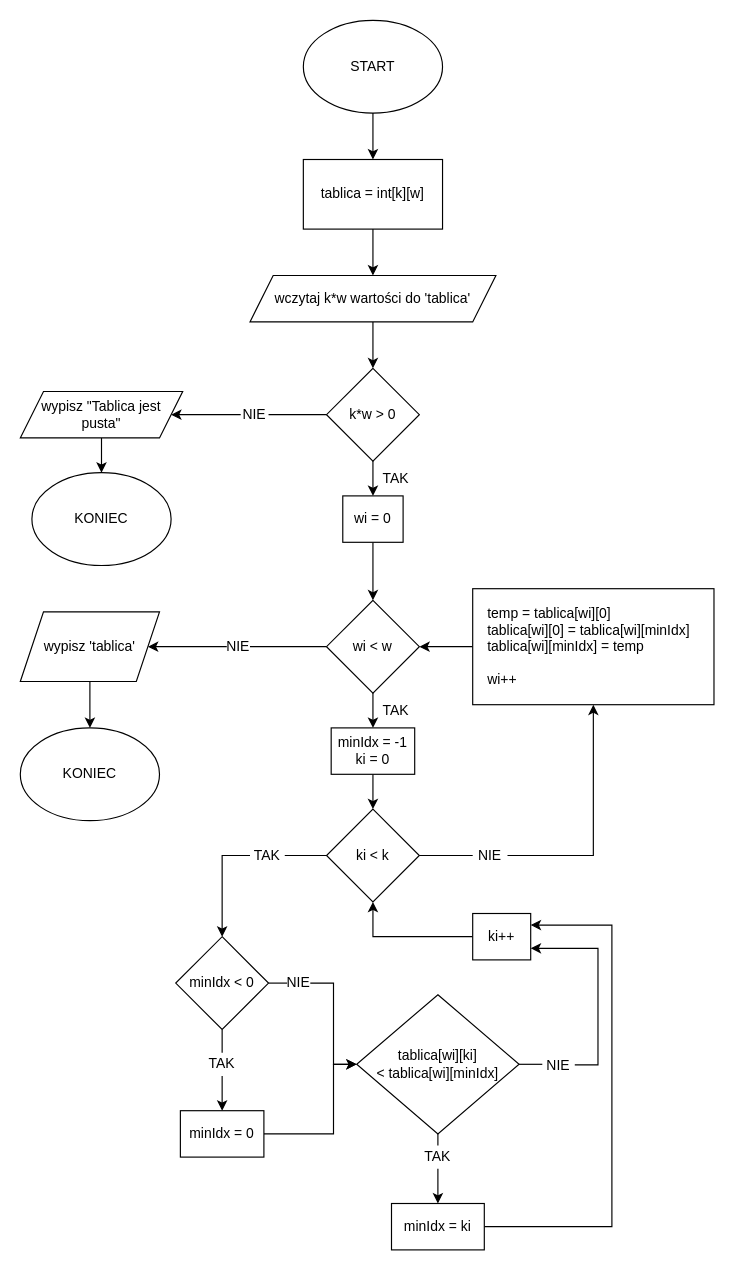
This is page "5" (5 of 5) of aisd/lab1.drawio.xml from xparadoxical/wsiz, a draw.io file, before an edit. Source tidied: cells renumbered, new cells numbered last; positions are measured from the earlier drawing's top-left corner, leaving out a move shared by most shapes. Both pictures are drawn from the tidied source at 116%, with x=0, y=0 at pixel (20, 20).
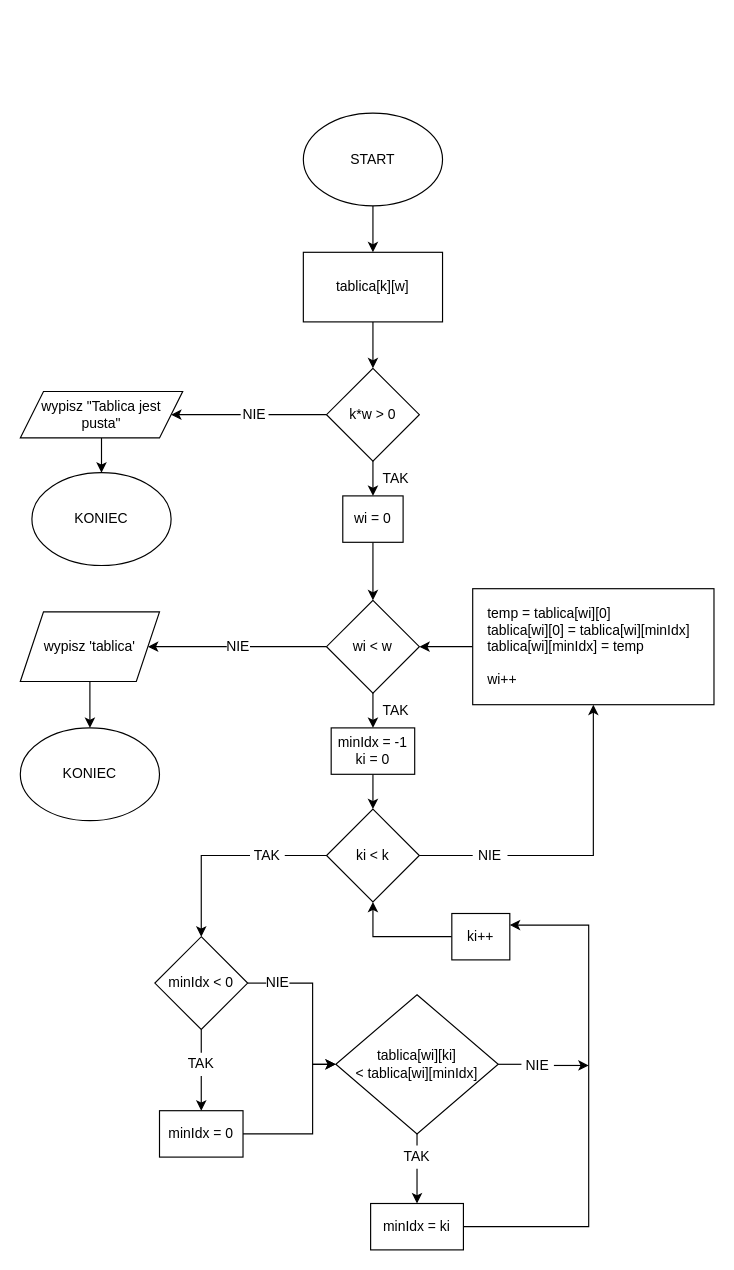
The same page after the edit.

The change refers to these unchanged cells:
```xml
<mxCell id="10" value="k*w &amp;gt; 0" style="rhombus;whiteSpace=wrap;html=1;" parent="1" vertex="1">
  <mxGeometry x="264" y="300" width="80" height="80" as="geometry" />
</mxCell>
```

The edit, as a diff of the source:
```diff
@@
     <mxCell id="3" value="START" style="ellipse;whiteSpace=wrap;html=1;" parent="1" vertex="1">
-      <mxGeometry x="244" width="120" height="80" as="geometry" />
+      <mxGeometry x="244" y="80" width="120" height="80" as="geometry" />
     </mxCell>
-    <mxCell id="4" style="edgeStyle=orthogonalEdgeStyle;rounded=0;jettySize=auto;html=1;" parent="1" edge="1" source="5" target="7">
+    <mxCell id="4" style="edgeStyle=orthogonalEdgeStyle;rounded=0;jettySize=auto;html=1;entryX=0.5;entryY=0;entryDx=0;entryDy=0;" parent="1" edge="1" source="5" target="10">
       <mxGeometry relative="1" as="geometry" />
     </mxCell>
-    <mxCell id="5" value="tablica = int[k][w]" style="rounded=0;whiteSpace=wrap;html=1;" parent="1" vertex="1">
-      <mxGeometry x="244" y="120" width="120" height="60" as="geometry" />
+    <mxCell id="5" value="tablica[k][w]" style="rounded=0;whiteSpace=wrap;html=1;" parent="1" vertex="1">
+      <mxGeometry x="244" y="200" width="120" height="60" as="geometry" />
     </mxCell>
-    <mxCell id="6" style="edgeStyle=orthogonalEdgeStyle;rounded=0;jettySize=auto;html=1;" parent="1" edge="1" source="7" target="10">
-      <mxGeometry relative="1" as="geometry" />
-    </mxCell>
-    <mxCell id="7" value="wczytaj k*w wartości do 'tablica'" style="shape=parallelogram;perimeter=parallelogramPerimeter;whiteSpace=wrap;html=1;fixedSize=1;" parent="1" vertex="1">
-      <mxGeometry x="198" y="220" width="212" height="40" as="geometry" />
-    </mxCell>
@@
     <mxCell id="32" value="ki++" style="rounded=0;whiteSpace=wrap;html=1;" parent="1" vertex="1">
-      <mxGeometry x="390" y="770" width="50" height="40" as="geometry" />
+      <mxGeometry x="372" y="770" width="50" height="40" as="geometry" />
     </mxCell>
@@
     <mxCell id="35" value="minIdx &amp;lt; 0" style="rhombus;whiteSpace=wrap;html=1;" parent="1" vertex="1">
-      <mxGeometry x="134" y="790" width="80" height="80" as="geometry" />
+      <mxGeometry x="116" y="790" width="80" height="80" as="geometry" />
     </mxCell>
     <mxCell id="36" style="edgeStyle=orthogonalEdgeStyle;rounded=0;jettySize=auto;html=1;exitX=1;exitY=0.5;exitDx=0;exitDy=0;entryX=0;entryY=0.5;entryDx=0;entryDy=0;" parent="1" edge="1" source="37" target="44">
       <mxGeometry relative="1" as="geometry">
         <Array as="points">
-          <mxPoint x="270" y="960" />
-          <mxPoint x="270" y="900" />
+          <mxPoint x="252" y="960" />
+          <mxPoint x="252" y="900" />
         </Array>
       </mxGeometry>
     </mxCell>
     <mxCell id="37" value="minIdx = 0" style="rounded=0;whiteSpace=wrap;html=1;" parent="1" vertex="1">
-      <mxGeometry x="138" y="940" width="72" height="40" as="geometry" />
+      <mxGeometry x="120" y="940" width="72" height="40" as="geometry" />
     </mxCell>
@@
     <mxCell id="39" value="NIE" style="text;html=1;strokeColor=none;fillColor=none;align=center;verticalAlign=middle;whiteSpace=wrap;rounded=0;" parent="1" vertex="1">
-      <mxGeometry x="230" y="820" width="20" height="20" as="geometry" />
+      <mxGeometry x="212" y="820" width="20" height="20" as="geometry" />
     </mxCell>
@@
     <mxCell id="41" value="TAK" style="text;html=1;strokeColor=none;fillColor=none;align=center;verticalAlign=middle;whiteSpace=wrap;rounded=0;" parent="1" vertex="1">
-      <mxGeometry x="156" y="890" width="36" height="20" as="geometry" />
+      <mxGeometry x="138" y="890" width="36" height="20" as="geometry" />
     </mxCell>
@@
-    <mxCell id="43" style="edgeStyle=orthogonalEdgeStyle;rounded=0;jettySize=auto;html=1;exitX=1;exitY=0.5;exitDx=0;exitDy=0;entryX=1;entryY=0.75;entryDx=0;entryDy=0;startArrow=none;" parent="1" edge="1" source="50" target="32">
+    <mxCell id="43" style="edgeStyle=orthogonalEdgeStyle;rounded=0;jettySize=auto;html=1;exitX=1;exitY=0.5;exitDx=0;exitDy=0;startArrow=none;" parent="1" edge="1" source="50">
       <mxGeometry relative="1" as="geometry">
+        <mxPoint x="490" y="901" as="targetPoint" />
         <Array as="points">
-          <mxPoint x="498" y="901" />
-          <mxPoint x="498" y="800" />
+          <mxPoint x="490" y="900" />
+          <mxPoint x="490" y="900" />
         </Array>
       </mxGeometry>
     </mxCell>
     <mxCell id="44" value="tablica[wi][ki]&lt;br&gt;&amp;lt; tablica[wi][minIdx]" style="rhombus;whiteSpace=wrap;html=1;" parent="1" vertex="1">
-      <mxGeometry x="290" y="840" width="140" height="120" as="geometry" />
+      <mxGeometry x="272" y="840" width="140" height="120" as="geometry" />
     </mxCell>
     <mxCell id="45" style="edgeStyle=orthogonalEdgeStyle;rounded=0;jettySize=auto;html=1;exitX=1;exitY=0.5;exitDx=0;exitDy=0;" parent="1" edge="1" source="46">
       <mxGeometry relative="1" as="geometry">
-        <mxPoint x="440" y="780" as="targetPoint" />
+        <mxPoint x="422" y="780" as="targetPoint" />
         <Array as="points">
-          <mxPoint x="510" y="1040" />
-          <mxPoint x="510" y="780" />
-          <mxPoint x="440" y="780" />
+          <mxPoint x="490" y="1040" />
+          <mxPoint x="490" y="780" />
         </Array>
       </mxGeometry>
     </mxCell>
     <mxCell id="46" value="minIdx = ki" style="rounded=0;whiteSpace=wrap;html=1;" parent="1" vertex="1">
-      <mxGeometry x="320" y="1020" width="80" height="40" as="geometry" />
+      <mxGeometry x="302" y="1020" width="80" height="40" as="geometry" />
     </mxCell>
@@
     <mxCell id="48" value="TAK" style="text;html=1;strokeColor=none;fillColor=none;align=center;verticalAlign=middle;whiteSpace=wrap;rounded=0;" parent="1" vertex="1">
-      <mxGeometry x="344" y="970" width="32" height="20" as="geometry" />
+      <mxGeometry x="326" y="970" width="32" height="20" as="geometry" />
     </mxCell>
@@
     <mxCell id="50" value="NIE" style="text;html=1;strokeColor=none;fillColor=none;align=center;verticalAlign=middle;whiteSpace=wrap;rounded=0;" parent="1" vertex="1">
-      <mxGeometry x="450" y="891" width="28" height="19" as="geometry" />
+      <mxGeometry x="432" y="891" width="28" height="19" as="geometry" />
     </mxCell>
```
